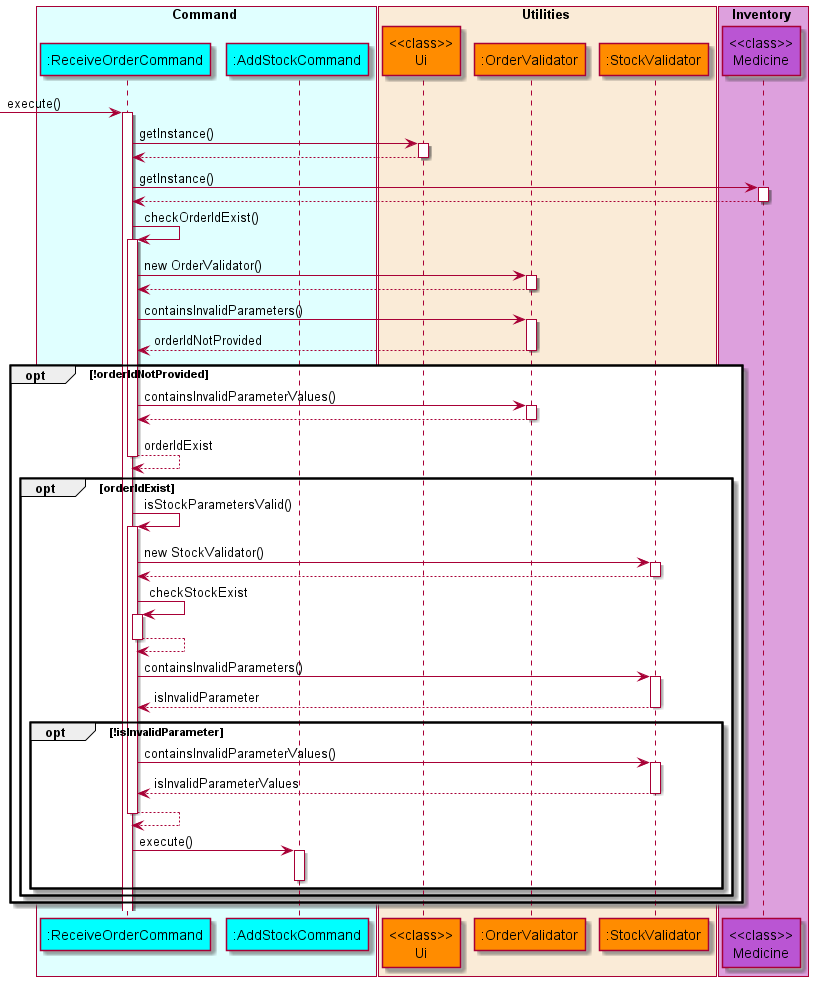
Before: docs/diagrams/diagram_images/ReceiveOrderSequenceDiagram.png, a diagram exported from PlantUML (nus-cs2113-AY2122S1/tp).
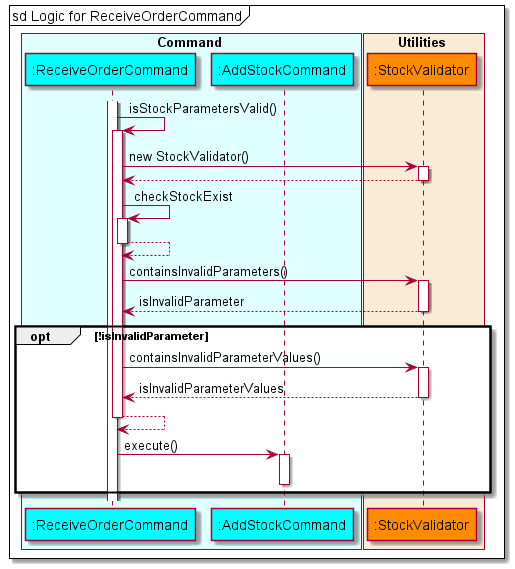
Later version of the same file.

Commit message:
Update sequence diagrams

Change to the diagram source:
```diff
@@ -8,56 +8,32 @@
 end box
 
 box Utilities COLOR_UTILITIES_BOX
-    participant "<<class>>\nUi" as ui COLOR_UTILITIES
-    participant ":OrderValidator" as ordervalidator COLOR_UTILITIES
     participant ":StockValidator" as stockvalidator COLOR_UTILITIES
-end box
-
-box Inventory COLOR_INVENTORY_BOX
-    participant "<<class>>\nMedicine" as medicine COLOR_INVENTORY
 end box
 
 autoactivate on
 
--> receiveordercommand: execute()
-receiveordercommand -> ui : getInstance()
-receiveordercommand <-- ui
+mainFrame sd Logic for ReceiveOrderCommand
 
-receiveordercommand -> medicine : getInstance()
-receiveordercommand <-- medicine
+activate receiveordercommand
+receiveordercommand -> receiveordercommand : isStockParametersValid()
+receiveordercommand -> stockvalidator : new StockValidator()
+receiveordercommand <-- stockvalidator
 
-receiveordercommand -> receiveordercommand : checkOrderIdExist()
-receiveordercommand -> ordervalidator : new OrderValidator()
-receiveordercommand <-- ordervalidator
-receiveordercommand -> ordervalidator : containsInvalidParameters()
-receiveordercommand <-- ordervalidator : orderIdNotProvided
+receiveordercommand -> receiveordercommand : checkStockExist
+receiveordercommand --> receiveordercommand
+receiveordercommand -> stockvalidator : containsInvalidParameters()
+receiveordercommand <-- stockvalidator : isInvalidParameter
 
-opt !orderIdNotProvided
-    receiveordercommand -> ordervalidator : containsInvalidParameterValues()
-    receiveordercommand <-- ordervalidator
-
-    receiveordercommand --> receiveordercommand : orderIdExist
-
-    opt orderIdExist
-        receiveordercommand -> receiveordercommand : isStockParametersValid()
-        receiveordercommand -> stockvalidator : new StockValidator()
-        receiveordercommand <-- stockvalidator
-
-        receiveordercommand -> receiveordercommand : checkStockExist
-        receiveordercommand --> receiveordercommand
-        receiveordercommand -> stockvalidator : containsInvalidParameters()
-        receiveordercommand <-- stockvalidator : isInvalidParameter
-
-        opt !isInvalidParameter
-            receiveordercommand -> stockvalidator : containsInvalidParameterValues()
-            receiveordercommand <-- stockvalidator : isInvalidParameterValues
-            receiveordercommand --> receiveordercommand
-            receiveordercommand -> addstockcommand : execute()
-            deactivate addstockcommand
-        end
-
-    end
+opt !isInvalidParameter
+    receiveordercommand -> stockvalidator : containsInvalidParameterValues()
+    receiveordercommand <-- stockvalidator : isInvalidParameterValues
+    receiveordercommand --> receiveordercommand
+    receiveordercommand -> addstockcommand : execute()
+    deactivate addstockcommand
 end
 
 
+
+
 @enduml
```
